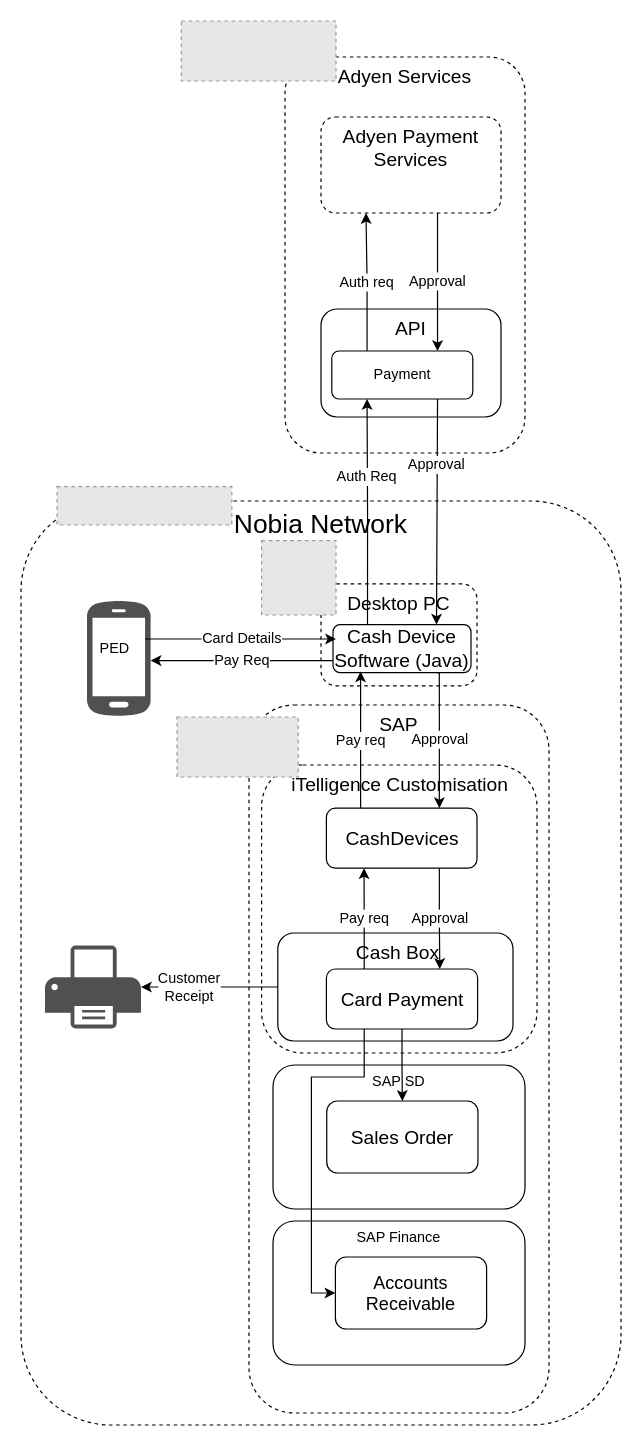
mrf742002/Diagrams keeps this draw.io diagram as page "Card- PED" (3 of 9) of Adyen Options.drawio. Above is the earlier version. Source tidied: cells renumbered, new cells numbered last; positions are measured from the earlier drawing's top-left corner, leaving out a move shared by most shapes. Both pictures are drawn from the tidied source at 120%, with x=0, y=0 at pixel (20, 20). Pictures stored in the file or linked from it are replaced by grey dashed boxes.
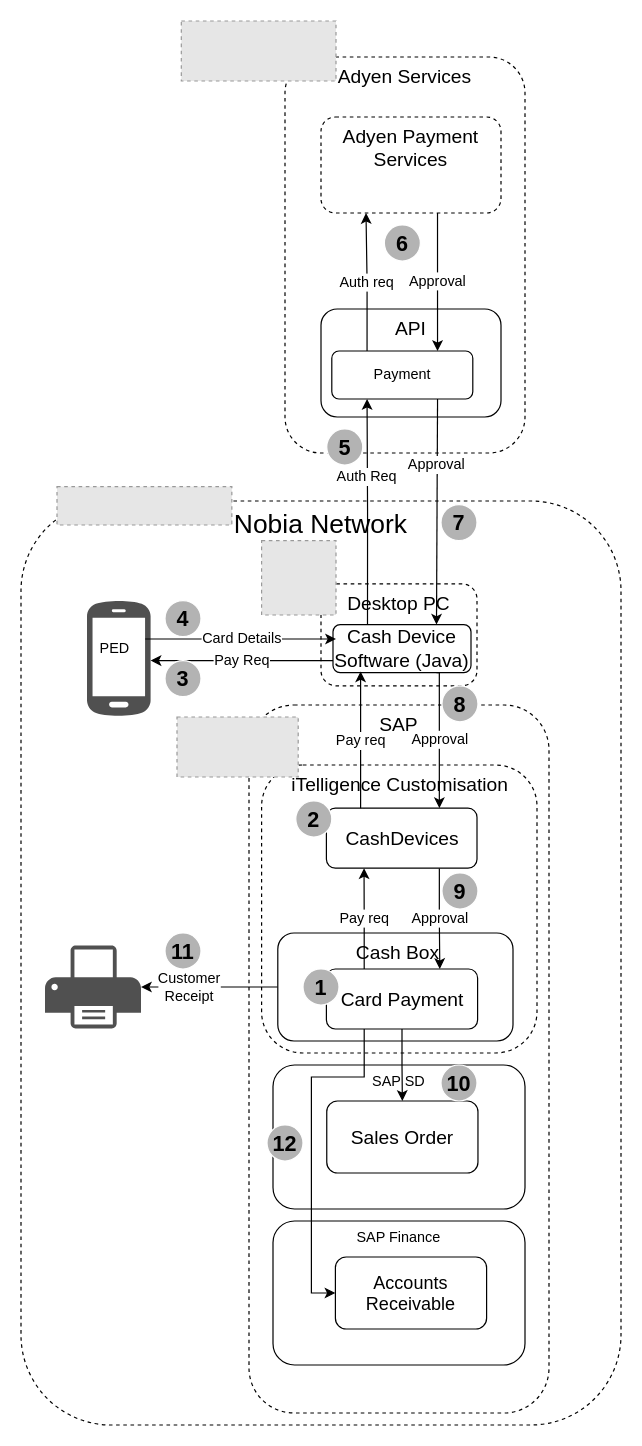
After the change.

What changed in the source:
```diff
@@
+    <mxCell id="40" value="&lt;span style=&quot;font-size: 18px&quot;&gt;&lt;b&gt;1&lt;/b&gt;&lt;/span&gt;" style="ellipse;whiteSpace=wrap;html=1;strokeColor=#FFFFFF;fillColor=#B3B3B3;fontSize=20;" parent="1" vertex="1">
+      <mxGeometry x="235" y="790" width="30" height="30" as="geometry" />
+    </mxCell>
+    <mxCell id="41" value="&lt;span style=&quot;font-size: 18px&quot;&gt;&lt;b&gt;2&lt;/b&gt;&lt;/span&gt;" style="ellipse;whiteSpace=wrap;html=1;strokeColor=#FFFFFF;fillColor=#B3B3B3;fontSize=20;" parent="1" vertex="1">
+      <mxGeometry x="229" y="650" width="30" height="30" as="geometry" />
+    </mxCell>
+    <mxCell id="42" value="&lt;span style=&quot;font-size: 18px&quot;&gt;&lt;b&gt;3&lt;/b&gt;&lt;/span&gt;" style="ellipse;whiteSpace=wrap;html=1;strokeColor=#FFFFFF;fillColor=#B3B3B3;fontSize=20;" parent="1" vertex="1">
+      <mxGeometry x="120" y="533" width="30" height="30" as="geometry" />
+    </mxCell>
+    <mxCell id="43" value="&lt;span style=&quot;font-size: 18px&quot;&gt;&lt;b&gt;4&lt;/b&gt;&lt;/span&gt;" style="ellipse;whiteSpace=wrap;html=1;strokeColor=#FFFFFF;fillColor=#B3B3B3;fontSize=20;" parent="1" vertex="1">
+      <mxGeometry x="120" y="483" width="30" height="30" as="geometry" />
+    </mxCell>
+    <mxCell id="44" value="&lt;span style=&quot;font-size: 18px&quot;&gt;&lt;b&gt;5&lt;/b&gt;&lt;/span&gt;" style="ellipse;whiteSpace=wrap;html=1;strokeColor=#FFFFFF;fillColor=#B3B3B3;fontSize=20;" parent="1" vertex="1">
+      <mxGeometry x="254.8" y="340" width="30" height="30" as="geometry" />
+    </mxCell>
+    <mxCell id="45" value="&lt;span style=&quot;font-size: 18px&quot;&gt;&lt;b&gt;6&lt;/b&gt;&lt;/span&gt;" style="ellipse;whiteSpace=wrap;html=1;strokeColor=#FFFFFF;fillColor=#B3B3B3;fontSize=20;" parent="1" vertex="1">
+      <mxGeometry x="302.8" y="170" width="30" height="30" as="geometry" />
+    </mxCell>
+    <mxCell id="46" value="&lt;span style=&quot;font-size: 18px&quot;&gt;&lt;b&gt;7&lt;/b&gt;&lt;/span&gt;" style="ellipse;whiteSpace=wrap;html=1;strokeColor=#FFFFFF;fillColor=#B3B3B3;fontSize=20;" parent="1" vertex="1">
+      <mxGeometry x="350" y="403" width="30" height="30" as="geometry" />
+    </mxCell>
+    <mxCell id="47" value="&lt;span style=&quot;font-size: 18px&quot;&gt;&lt;b&gt;8&lt;/b&gt;&lt;/span&gt;" style="ellipse;whiteSpace=wrap;html=1;strokeColor=#FFFFFF;fillColor=#B3B3B3;fontSize=20;" parent="1" vertex="1">
+      <mxGeometry x="350.8" y="554" width="30" height="30" as="geometry" />
+    </mxCell>
+    <mxCell id="48" value="&lt;span style=&quot;font-size: 18px&quot;&gt;&lt;b&gt;9&lt;/b&gt;&lt;/span&gt;" style="ellipse;whiteSpace=wrap;html=1;strokeColor=#FFFFFF;fillColor=#B3B3B3;fontSize=20;" parent="1" vertex="1">
+      <mxGeometry x="350.8" y="710" width="30" height="30" as="geometry" />
+    </mxCell>
+    <mxCell id="49" value="&lt;span style=&quot;font-size: 18px&quot;&gt;&lt;b&gt;10&lt;/b&gt;&lt;/span&gt;" style="ellipse;whiteSpace=wrap;html=1;strokeColor=#FFFFFF;fillColor=#B3B3B3;fontSize=20;" parent="1" vertex="1">
+      <mxGeometry x="350" y="870" width="30" height="30" as="geometry" />
+    </mxCell>
+    <mxCell id="50" value="&lt;span style=&quot;font-size: 18px&quot;&gt;&lt;b&gt;11&lt;/b&gt;&lt;/span&gt;" style="ellipse;whiteSpace=wrap;html=1;strokeColor=#FFFFFF;fillColor=#B3B3B3;fontSize=20;" parent="1" vertex="1">
+      <mxGeometry x="120" y="760" width="30" height="30" as="geometry" />
+    </mxCell>
+    <mxCell id="51" value="&lt;span style=&quot;font-size: 18px&quot;&gt;&lt;b&gt;12&lt;/b&gt;&lt;/span&gt;" style="ellipse;whiteSpace=wrap;html=1;strokeColor=#FFFFFF;fillColor=#B3B3B3;fontSize=20;" parent="1" vertex="1">
+      <mxGeometry x="205" y="920" width="30" height="30" as="geometry" />
+    </mxCell>
```
